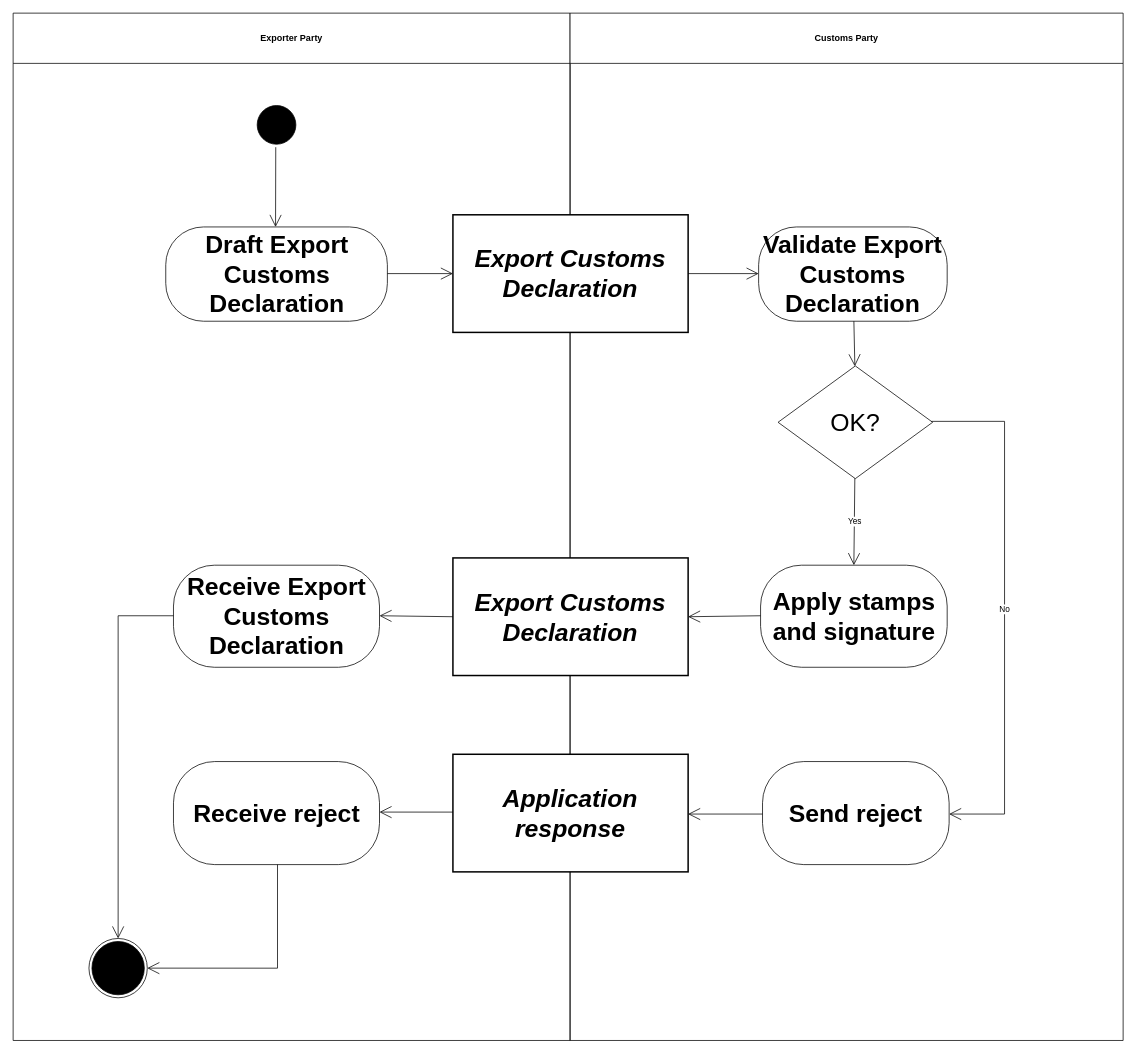
kduvekot/ubl-work-on-svg-images keeps this draw.io diagram as diagrams/UBL-2.3-ExportCustomsDeclarationProcess/UBL-2.3-ExportCustomsDeclarationProcess.drawio. Above is the earlier version. Source tidied: cells renumbered, new cells numbered last; positions are measured from the earlier drawing's top-left corner, leaving out a move shared by most shapes. Both pictures are drawn from the tidied source at 75%, with x=0, y=0 at pixel (13, 13).
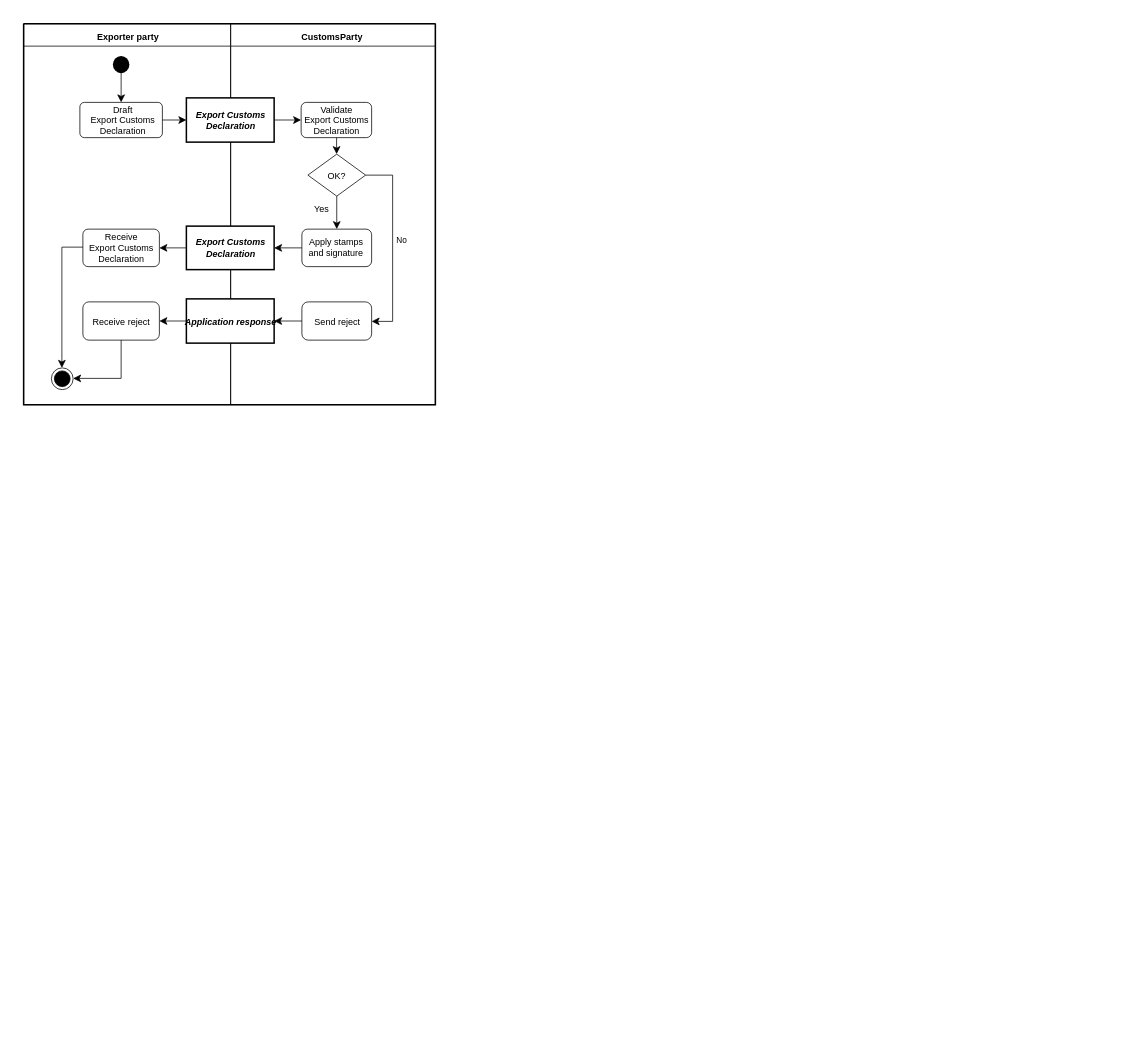
The same diagram, later.

What changed in the source:
```diff
@@
+    <mxCell id="28" style="swimlane;html=1;startSize=0;whiteSpace=wrap;fillColor=none;strokeWidth=2;" parent="1" vertex="1">
+      <mxGeometry x="14" y="14" width="549" height="508" as="geometry" />
+    </mxCell>
-    <mxCell id="2" value="Exporter Party" style="swimlane;whiteSpace=wrap;html=1;startSize=67;" parent="1" vertex="1">
-      <mxGeometry width="742.6" height="1369.8" as="geometry" />
+    <mxCell id="2" value="Exporter party" style="swimlane;horizontal=1;startSize=30;swimlaneLine=1;spacingTop=6;html=1;fillColor=none;fontSize=12;fontStyle=1;spacing=0;spacingLeft=2;" parent="28" vertex="1">
+      <mxGeometry width="276" height="508" as="geometry" />
     </mxCell>
-    <mxCell id="3" value="Customs Party" style="swimlane;whiteSpace=wrap;html=1;startSize=67;" parent="1" vertex="1">
-      <mxGeometry x="742.6" width="737.4" height="1369.8" as="geometry" />
+    <mxCell id="3" value="CustomsParty" style="swimlane;horizontal=1;startSize=30;swimlaneLine=1;spacingTop=6;html=1;fillColor=none;fontSize=12;fontStyle=1;spacing=0;spacingRight=3;" parent="28" vertex="1">
+      <mxGeometry x="276" width="273" height="508" as="geometry" />
     </mxCell>
-    <mxCell id="4" style="ellipse;html=1;shape=startState;fillColor=#000000;strokeColor=#000000;fontFamily=Helvetica;fontSize=33;" parent="1" vertex="1">
-      <mxGeometry x="321.4" y="119.2" width="59.6" height="59.6" as="geometry" />
+    <mxCell id="4" style="ellipse;shape=startState;fillColor=#000000;strokeColor=none;html=1;" parent="2" vertex="1">
+      <mxGeometry x="115" y="39" width="30" height="31" as="geometry" />
     </mxCell>
-    <mxCell id="5" value="Export Customs Declaration" style="rounded=0;whiteSpace=wrap;html=1;fontStyle=3;strokeWidth=2;fontFamily=Helvetica;fontSize=33;" parent="1" vertex="1">
-      <mxGeometry x="586.4" y="268.9" width="313.6" height="156.8" as="geometry" />
+    <mxCell id="5" value="Export Customs&lt;br&gt;Declaration" style="rounded=0;html=1;whiteSpace=nowrap;fontSize=12;fontStyle=3;align=center;verticalAlign=middle;spacing=0;strokeWidth=2;" parent="3" vertex="1">
+      <mxGeometry x="-59" y="99" width="117" height="59" as="geometry" />
     </mxCell>
-    <mxCell id="6" value="Draft Export Customs Declaration" style="rounded=1;arcSize=40;whiteSpace=wrap;html=1;fontStyle=1;fontFamily=Helvetica;fontSize=33;" parent="1" vertex="1">
-      <mxGeometry x="203.5" y="285.1" width="295.5" height="125.7" as="geometry" />
+    <mxCell id="6" value="Draft&lt;br&gt;Export Customs&lt;br&gt;Declaration" style="rounded=1;absoluteArcSize=1;arcSize=12;html=1;whiteSpace=nowrap;fontSize=12;fontStyle=0;align=center;verticalAlign=middle;spacing=0;spacingLeft=4;" parent="2" vertex="1">
+      <mxGeometry x="75" y="105" width="110" height="47" as="geometry" />
     </mxCell>
-    <mxCell id="7" value="Validate Export Customs Declaration" style="rounded=1;arcSize=40;whiteSpace=wrap;html=1;fontStyle=1;fontFamily=Helvetica;fontSize=33;" parent="1" vertex="1">
-      <mxGeometry x="994" y="285.1" width="251.4" height="125.7" as="geometry" />
+    <mxCell id="7" value="Validate&lt;br&gt;Export Customs&lt;br&gt;Declaration" style="rounded=1;absoluteArcSize=1;arcSize=14;html=1;whiteSpace=nowrap;fontSize=12;fontStyle=0;align=center;verticalAlign=middle;spacing=0;" parent="3" vertex="1">
+      <mxGeometry x="94" y="105" width="94" height="47" as="geometry" />
     </mxCell>
-    <mxCell id="8" value="OK?" style="rhombus;whiteSpace=wrap;html=1;fontFamily=Helvetica;fontSize=33;" parent="1" vertex="1">
-      <mxGeometry x="1019.9" y="470.4" width="206.1" height="150.3" as="geometry" />
+    <mxCell id="8" value="OK?" style="rhombus;html=1;whiteSpace=nowrap;fontSize=12;fontStyle=0;align=center;verticalAlign=middle;spacing=0;spacingRight=1;spacingTop=2;" parent="3" vertex="1">
+      <mxGeometry x="103" y="174" width="77" height="56" as="geometry" />
     </mxCell>
-    <mxCell id="9" value="Export Customs Declaration" style="rounded=0;whiteSpace=wrap;html=1;fontStyle=3;strokeWidth=2;fontFamily=Helvetica;fontSize=33;" parent="1" vertex="1">
-      <mxGeometry x="586.4" y="726.4" width="313.6" height="156.8" as="geometry" />
+    <mxCell id="9" value="Export Customs&lt;br&gt;Declaration" style="rounded=0;html=1;whiteSpace=nowrap;fontSize=12;fontStyle=3;align=center;verticalAlign=middle;spacing=0;strokeWidth=2;" parent="3" vertex="1">
+      <mxGeometry x="-59" y="270" width="117" height="58" as="geometry" />
     </mxCell>
-    <mxCell id="10" value="Receive Export Customs Declaration" style="rounded=1;arcSize=40;whiteSpace=wrap;html=1;fontStyle=1;fontFamily=Helvetica;fontSize=33;" parent="1" vertex="1">
-      <mxGeometry x="213.8" y="736.1" width="274.7" height="136.1" as="geometry" />
+    <mxCell id="10" value="Receive&lt;br&gt;Export Customs&lt;br&gt;Declaration" style="rounded=1;absoluteArcSize=1;arcSize=14;html=1;whiteSpace=nowrap;fontSize=12;fontStyle=0;align=center;verticalAlign=middle;spacing=0;" parent="2" vertex="1">
+      <mxGeometry x="79" y="274" width="102" height="50" as="geometry" />
     </mxCell>
-    <mxCell id="11" value="Apply stamps and signature" style="rounded=1;arcSize=40;whiteSpace=wrap;html=1;fontStyle=1;fontFamily=Helvetica;fontSize=33;" parent="1" vertex="1">
-      <mxGeometry x="996.6" y="736.1" width="248.8" height="136.1" as="geometry" />
+    <mxCell id="11" value="Apply stamps&lt;br&gt;and signature" style="rounded=1;absoluteArcSize=1;arcSize=15;html=1;whiteSpace=nowrap;fontSize=12;fontStyle=0;align=right;verticalAlign=middle;spacing=0;spacingRight=12;spacingBottom=2;" parent="3" vertex="1">
+      <mxGeometry x="95" y="274" width="93" height="50" as="geometry" />
     </mxCell>
-    <mxCell id="12" value="Application response" style="rounded=0;whiteSpace=wrap;html=1;fontStyle=3;strokeWidth=2;fontFamily=Helvetica;fontSize=33;" parent="1" vertex="1">
-      <mxGeometry x="586.4" y="988.2" width="313.6" height="156.8" as="geometry" />
+    <mxCell id="12" value="Application response" style="rounded=0;html=1;whiteSpace=nowrap;fontSize=12;fontStyle=3;align=center;verticalAlign=middle;spacing=0;spacingTop=3;strokeWidth=2;" parent="3" vertex="1">
+      <mxGeometry x="-59" y="367" width="117" height="59" as="geometry" />
     </mxCell>
-    <mxCell id="13" value="Receive reject" style="rounded=1;arcSize=40;whiteSpace=wrap;html=1;fontStyle=1;fontFamily=Helvetica;fontSize=33;" parent="1" vertex="1">
-      <mxGeometry x="213.8" y="997.9" width="274.7" height="137.4" as="geometry" />
+    <mxCell id="13" value="Receive reject" style="rounded=1;absoluteArcSize=1;arcSize=16;html=1;whiteSpace=nowrap;fontSize=12;fontStyle=0;align=center;verticalAlign=middle;spacing=0;spacingTop=3;" parent="2" vertex="1">
+      <mxGeometry x="79" y="371" width="102" height="51" as="geometry" />
     </mxCell>
-    <mxCell id="14" value="Send reject" style="rounded=1;arcSize=40;whiteSpace=wrap;html=1;fontStyle=1;fontFamily=Helvetica;fontSize=33;" parent="1" vertex="1">
-      <mxGeometry x="999.2" y="997.9" width="248.8" height="137.4" as="geometry" />
+    <mxCell id="14" value="Send reject" style="rounded=1;absoluteArcSize=1;arcSize=17;html=1;whiteSpace=nowrap;fontSize=12;fontStyle=0;align=center;verticalAlign=middle;spacing=0;spacingTop=2;" parent="3" vertex="1">
+      <mxGeometry x="95" y="371" width="93" height="51" as="geometry" />
     </mxCell>
-    <mxCell id="15" style="ellipse;html=1;shape=endState;fillColor=#000000;strokeColor=#000000;fontFamily=Helvetica;fontSize=33;" parent="1" vertex="1">
-      <mxGeometry x="101.1" y="1233.8" width="77.8" height="79.1" as="geometry" />
+    <mxCell id="15" style="ellipse;shape=endState;fillColor=#000000;html=1;" parent="2" vertex="1">
+      <mxGeometry x="37" y="459" width="29" height="29" as="geometry" />
     </mxCell>
-    <mxCell id="16" style="edgeStyle=none;rounded=0;html=1;endArrow=open;endFill=0;endSize=14;exitX=0.4782;exitY=1.0;entryX=0.4954;entryY=0.0;" parent="1" edge="1" source="4" target="6">
+    <mxCell id="16" style="edgeStyle=none;rounded=0;html=1;endArrow=classic;endFill=1;endSize=8;exitPerimeter=0;entryX=0.5;entryY=0;entryPerimeter=0;exitX=0.5;exitY=0.8675;" parent="2" edge="1" source="4" target="6">
       <mxGeometry relative="1" as="geometry" />
     </mxCell>
-    <mxCell id="17" style="edgeStyle=none;rounded=0;html=1;endArrow=open;endFill=0;endSize=14;exitX=1.0;exitY=0.4948;entryX=0.0;entryY=0.5;" parent="1" edge="1" source="6" target="5">
+    <mxCell id="17" style="edgeStyle=none;rounded=0;html=1;endArrow=classic;endFill=1;endSize=8;exitX=1;exitY=0.5;exitPerimeter=0;entryX=0;entryY=0.5;entryPerimeter=0;" parent="28" edge="1" source="6" target="5">
       <mxGeometry relative="1" as="geometry" />
     </mxCell>
-    <mxCell id="18" style="edgeStyle=none;rounded=0;html=1;endArrow=open;endFill=0;endSize=14;exitX=1.0;exitY=0.5;entryX=0.0;entryY=0.4948;" parent="1" edge="1" source="5" target="7">
+    <mxCell id="18" style="edgeStyle=none;rounded=0;html=1;endArrow=classic;endFill=1;endSize=8;exitX=1;exitY=0.5;exitPerimeter=0;entryX=0;entryY=0.5;entryPerimeter=0;" parent="3" edge="1" source="5" target="7">
       <mxGeometry relative="1" as="geometry" />
     </mxCell>
-    <mxCell id="19" style="edgeStyle=none;rounded=0;html=1;endArrow=open;endFill=0;endSize=14;exitX=0.5052;exitY=1.0;entryX=0.4968;entryY=0.0;" parent="1" edge="1" source="7" target="8">
+    <mxCell id="19" style="edgeStyle=none;rounded=0;html=1;endArrow=classic;endFill=1;endSize=8;exitPerimeter=0;entryX=0.4974;entryY=0;entryPerimeter=0;exitX=0.503189;exitY=1;" parent="3" edge="1" source="7" target="8">
       <mxGeometry relative="1" as="geometry" />
     </mxCell>
-    <mxCell id="20" value="No" style="edgeStyle=orthogonalEdgeStyle;rounded=0;html=1;endArrow=open;endFill=0;endSize=14;exitX=1.0;exitY=0.4917;entryX=1.0;entryY=0.5095;" parent="1" edge="1" source="8" target="14">
-      <mxGeometry relative="1" as="geometry">
+    <mxCell id="20" value="No" style="edgeStyle=orthogonalEdgeStyle;rounded=0;html=1;endArrow=classic;endFill=1;endSize=8;exitPerimeter=0;entryPerimeter=0;fontSize=11;fontStyle=0;align=center;verticalAlign=middle;labelBackgroundColor=none;exitX=1;exitY=0.5;entryX=1;entryY=0.509804;" parent="3" edge="1" source="8" target="14">
+      <mxGeometry x="-0.05" relative="1" as="geometry">
         <Array as="points">
-          <mxPoint x="1321.9" y="544.3" />
-          <mxPoint x="1321.9" y="1067.9" />
+          <mxPoint x="216" y="202" />
+          <mxPoint x="216" y="397" />
         </Array>
+        <mxPoint x="12" as="offset" />
       </mxGeometry>
     </mxCell>
-    <mxCell id="21" value="Yes" style="edgeStyle=none;rounded=0;html=1;endArrow=open;endFill=0;endSize=14;exitX=0.4968;exitY=1.0;entryX=0.5;entryY=0.0;" parent="1" edge="1" source="8" target="11">
-      <mxGeometry relative="1" as="geometry" />
+    <mxCell id="21" value="Yes" style="edgeStyle=none;rounded=0;html=1;endArrow=classic;endFill=1;endSize=8;exitX=0.5;exitY=1;exitPerimeter=0;entryX=0.5;entryY=0;entryPerimeter=0;fontSize=12;fontStyle=0;align=center;verticalAlign=middle;labelBackgroundColor=none;" parent="3" edge="1" source="8" target="11">
+      <mxGeometry x="-0.19" relative="1" as="geometry">
+        <mxPoint x="-21" as="offset" />
+      </mxGeometry>
     </mxCell>
-    <mxCell id="22" style="edgeStyle=none;rounded=0;html=1;endArrow=open;endFill=0;endSize=14;exitX=0.0;exitY=0.5;entryX=1.0;entryY=0.4952;" parent="1" edge="1" source="9" target="10">
+    <mxCell id="22" style="edgeStyle=none;rounded=0;html=1;endArrow=classic;endFill=1;endSize=8;exitX=0;exitY=0.5;exitPerimeter=0;entryX=1;entryY=0.5;entryPerimeter=0;" parent="28" edge="1" source="9" target="10">
       <mxGeometry relative="1" as="geometry" />
     </mxCell>
-    <mxCell id="23" style="edgeStyle=none;rounded=0;html=1;endArrow=open;endFill=0;endSize=14;exitX=0.0;exitY=0.4952;entryX=1.0;entryY=0.5;" parent="1" edge="1" source="11" target="9">
+    <mxCell id="23" style="edgeStyle=none;rounded=0;html=1;endArrow=classic;endFill=1;endSize=8;exitX=0;exitY=0.5;exitPerimeter=0;entryX=1;entryY=0.5;entryPerimeter=0;" parent="3" edge="1" source="11" target="9">
       <mxGeometry relative="1" as="geometry" />
     </mxCell>
-    <mxCell id="24" style="edgeStyle=orthogonalEdgeStyle;rounded=0;html=1;endArrow=open;endFill=0;endSize=14;exitX=0.0;exitY=0.4952;entryX=0.5;entryY=0.0;" parent="1" edge="1" source="10" target="15">
+    <mxCell id="24" style="edgeStyle=orthogonalEdgeStyle;rounded=0;html=1;endArrow=classic;endFill=1;endSize=8;exitPerimeter=0;entryPerimeter=0;exitX=0;exitY=0.48;entryX=0.482759;entryY=0;" parent="2" edge="1" source="10" target="15">
       <mxGeometry relative="1" as="geometry">
         <Array as="points">
-          <mxPoint x="140" y="803.5" />
+          <mxPoint x="51" y="298" />
         </Array>
       </mxGeometry>
     </mxCell>
-    <mxCell id="25" style="edgeStyle=none;rounded=0;html=1;endArrow=open;endFill=0;endSize=14;exitX=0.0;exitY=0.4917;entryX=1.0;entryY=0.4905;" parent="1" edge="1" source="12" target="13">
+    <mxCell id="25" style="edgeStyle=none;rounded=0;html=1;endArrow=classic;endFill=1;endSize=8;exitX=0;exitY=0.5;exitPerimeter=0;entryX=1;entryY=0.5;entryPerimeter=0;" parent="28" edge="1" source="12" target="13">
       <mxGeometry relative="1" as="geometry" />
     </mxCell>
-    <mxCell id="26" style="edgeStyle=none;rounded=0;html=1;endArrow=open;endFill=0;endSize=14;exitX=0.0;exitY=0.5095;entryX=1.0;entryY=0.5083;" parent="1" edge="1" source="14" target="12">
+    <mxCell id="26" style="edgeStyle=none;rounded=0;html=1;endArrow=classic;endFill=1;endSize=8;exitX=0;exitY=0.5;exitPerimeter=0;entryX=1;entryY=0.5;entryPerimeter=0;" parent="3" edge="1" source="14" target="12">
       <mxGeometry relative="1" as="geometry" />
     </mxCell>
-    <mxCell id="27" style="edgeStyle=orthogonalEdgeStyle;rounded=0;html=1;endArrow=open;endFill=0;endSize=14;exitX=0.5049;exitY=1.0;entryX=1.0;entryY=0.4905;" parent="1" edge="1" source="13" target="15">
+    <mxCell id="27" style="edgeStyle=orthogonalEdgeStyle;rounded=0;html=1;endArrow=classic;endFill=1;endSize=8;exitPerimeter=0;entryPerimeter=0;exitX=0.5;exitY=1;entryX=1;entryY=0.482759;" parent="2" edge="1" source="13" target="15">
       <mxGeometry relative="1" as="geometry">
         <Array as="points">
-          <mxPoint x="352.5" y="1272.6" />
+          <mxPoint x="130" y="473" />
         </Array>
       </mxGeometry>
     </mxCell>
```
